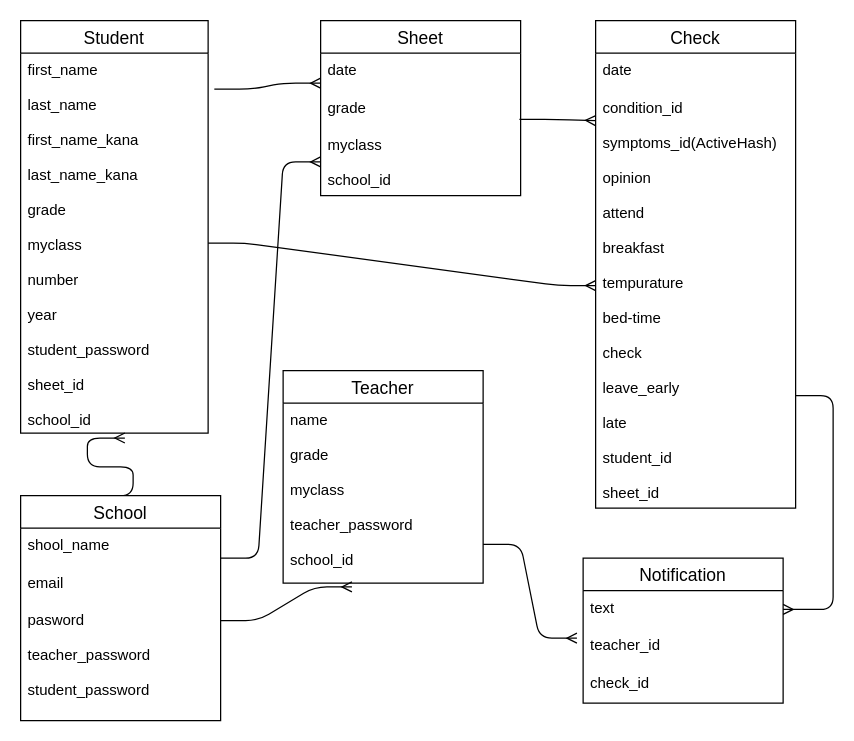
Earlier version of the draw.io diagram ER.dio (masataku/health_check). Source tidied: cells renumbered, new cells numbered last; positions are measured from the earlier drawing's top-left corner, leaving out a move shared by most shapes. Both pictures are drawn from the tidied source at 125%, with x=0, y=0 at pixel (20, 20).
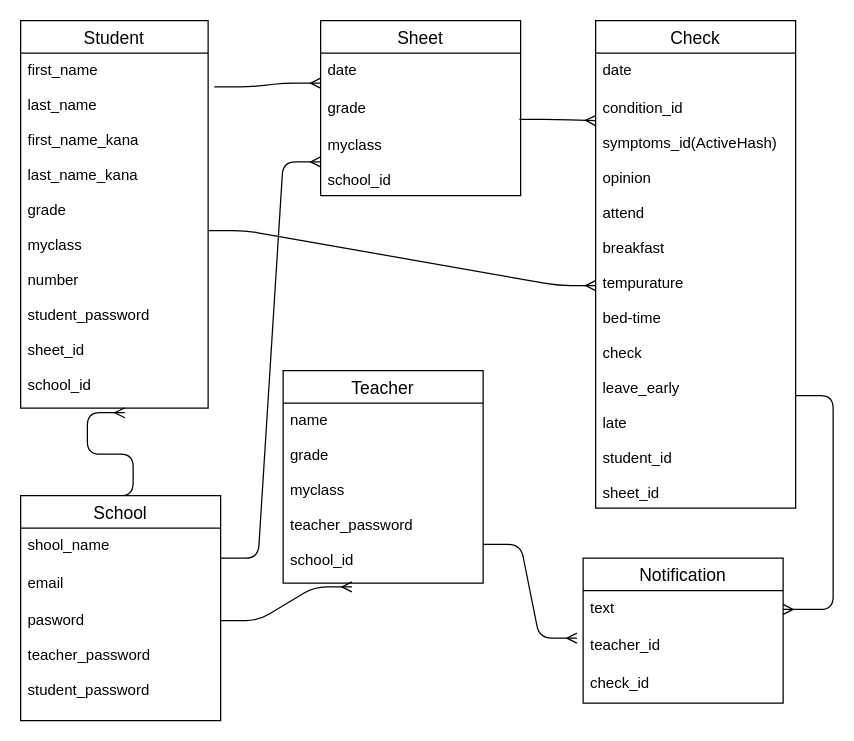
The same page after the edit.

What changed in the source:
```diff
@@
     <mxCell id="2" value="Student" style="swimlane;fontStyle=0;horizontal=1;startSize=26;align=center;fontSize=14;" parent="1" vertex="1">
-      <mxGeometry width="150" height="330" as="geometry" />
+      <mxGeometry width="150" height="310" as="geometry" />
     </mxCell>
-    <mxCell id="3" value="first_name&#10;&#10;last_name&#10;&#10;first_name_kana&#10;&#10;last_name_kana&#10;&#10;grade&#10;&#10;myclass&#10;&#10;number&#10;&#10;year&#10;&#10;student_password&#10;&#10;sheet_id&#10;&#10;school_id" style="text;strokeColor=none;fillColor=none;spacingLeft=4;spacingRight=4;overflow=hidden;points=[[0,0.5],[1,0.5]];portConstraint=eastwest;fontSize=12;" parent="2" vertex="1">
-      <mxGeometry y="26" width="150" height="304" as="geometry" />
+    <mxCell id="3" value="first_name&#10;&#10;last_name&#10;&#10;first_name_kana&#10;&#10;last_name_kana&#10;&#10;grade&#10;&#10;myclass&#10;&#10;number&#10;&#10;student_password&#10;&#10;sheet_id&#10;&#10;school_id" style="text;strokeColor=none;fillColor=none;spacingLeft=4;spacingRight=4;overflow=hidden;points=[[0,0.5],[1,0.5]];portConstraint=eastwest;fontSize=12;" parent="2" vertex="1">
+      <mxGeometry y="26" width="150" height="284" as="geometry" />
     </mxCell>
```
